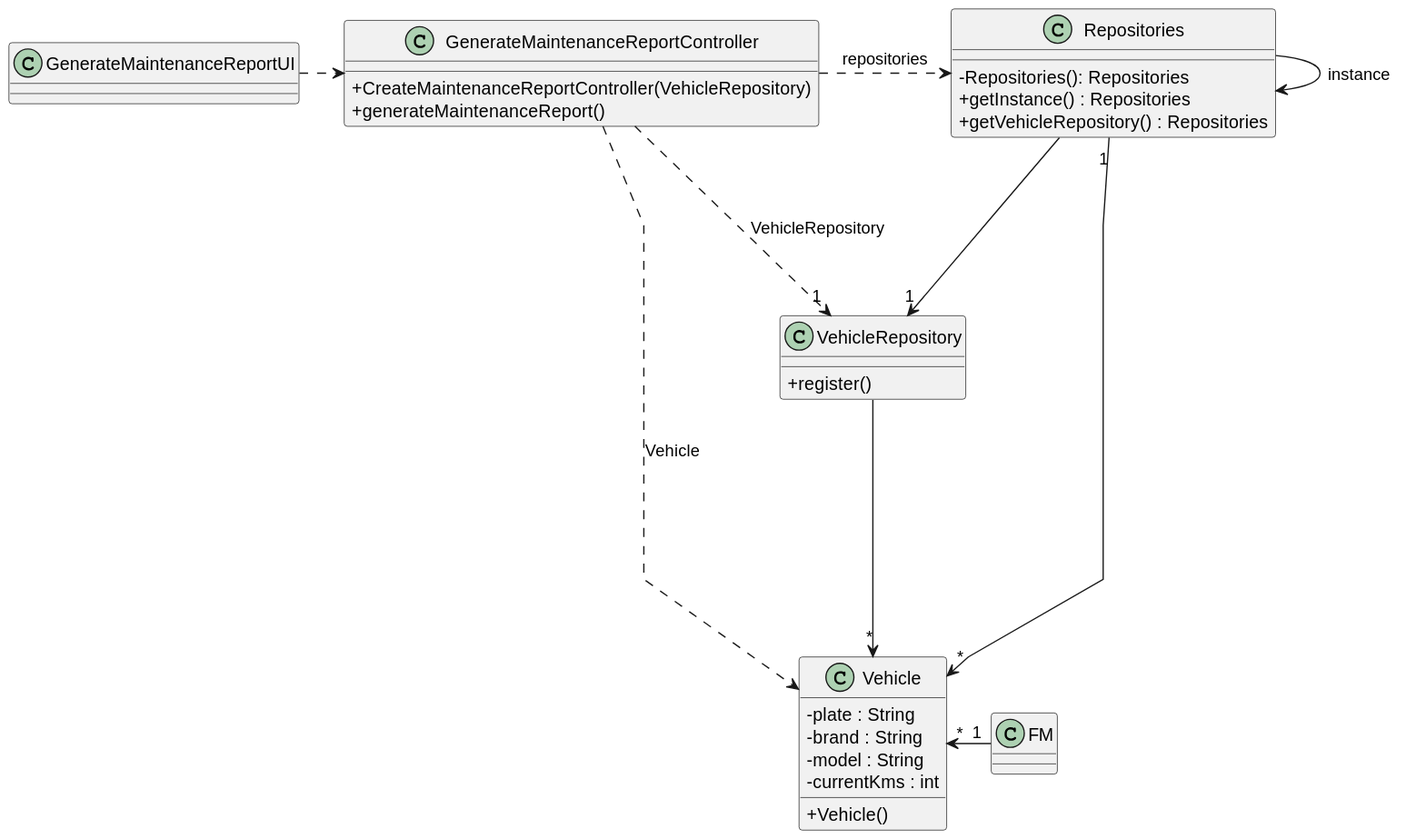
Earlier version of the PlantUML export docs/sprintB/us008/03.design/svg/us008-class-diagram.svg (Departamento-de-Engenharia-Informatica/lei-24-s2-1dkl-g134). The source it was exported from:
```plantuml
@startuml
skinparam packageStyle rectangle
skinparam shadowing false
skinparam linetype polyline

skinparam classAttributeIconSize 0


class GenerateMaintenanceReportUI{
}


class GenerateMaintenanceReportController{
   +CreateMaintenanceReportController(VehicleRepository)
     +generateMaintenanceReport()
 }

class Repositories {
    - Repositories(): Repositories
    + getInstance() : Repositories
    + getVehicleRepository() : Repositories
}


class VehicleRepository {
    + register()

}

class  Vehicle{
   -plate : String
       -brand : String
       -model : String
       -currentKms : int
       +Vehicle()
}

class FM{
}
GenerateMaintenanceReportUI .>  GenerateMaintenanceReportController
 GenerateMaintenanceReportController ...r> Repositories : repositories
Repositories ---> "1" VehicleRepository
Repositories -> Repositories : instance
Repositories "1" --> "*" Vehicle

VehicleRepository --> "*" Vehicle
FM "1" -l-> "*" Vehicle
 GenerateMaintenanceReportController ......>  Vehicle : Vehicle
 GenerateMaintenanceReportController ...> "1" VehicleRepository : VehicleRepository
@enduml
```
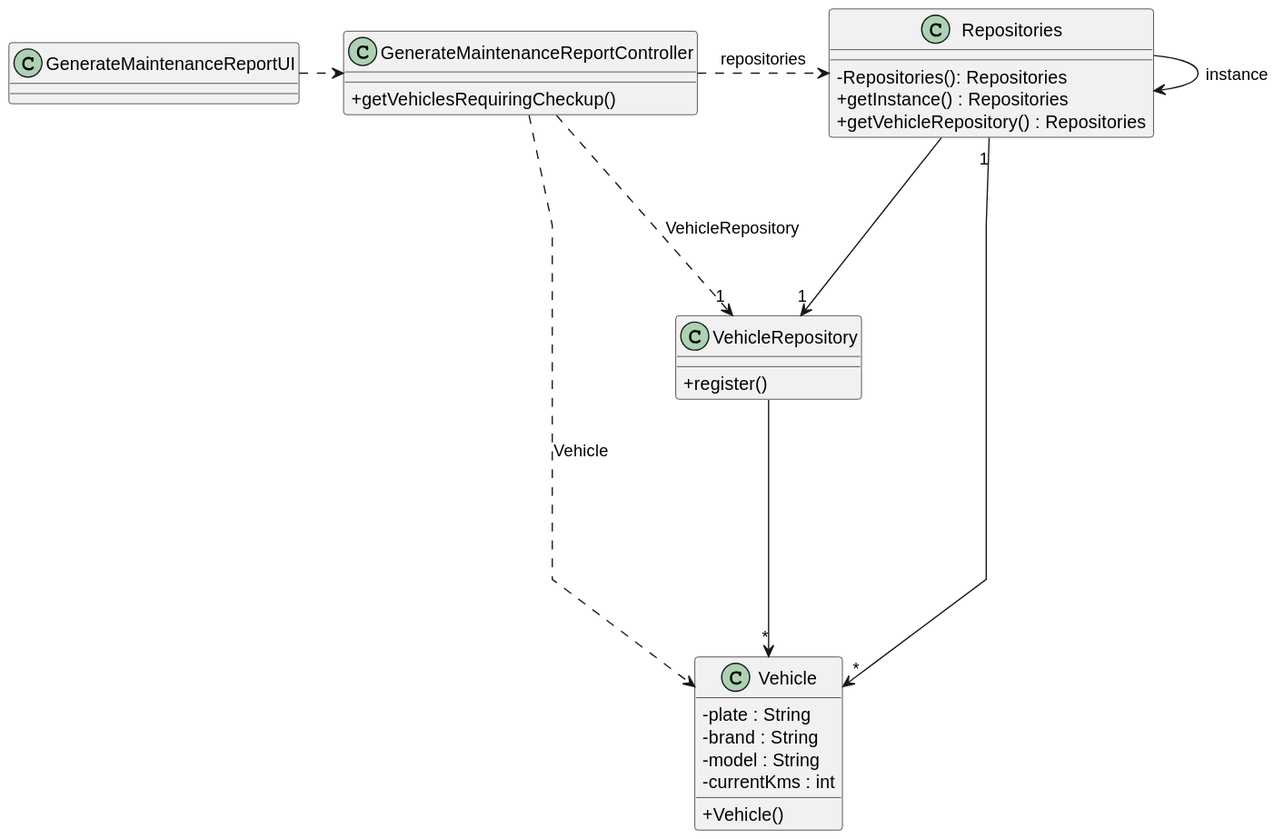
After the change.

What changed in the source:
```diff
@@ -11,8 +11,10 @@
 
 
 class GenerateMaintenanceReportController{
-   +CreateMaintenanceReportController(VehicleRepository)
-     +generateMaintenanceReport()
+
+
+
+    +getVehiclesRequiringCheckup()
  }
 
 class Repositories {
@@ -35,8 +37,7 @@
        +Vehicle()
 }
 
-class FM{
-}
+
 GenerateMaintenanceReportUI .>  GenerateMaintenanceReportController
  GenerateMaintenanceReportController ...r> Repositories : repositories
 Repositories ---> "1" VehicleRepository
@@ -44,7 +45,7 @@
 Repositories "1" --> "*" Vehicle
 
 VehicleRepository --> "*" Vehicle
-FM "1" -l-> "*" Vehicle
+
  GenerateMaintenanceReportController ......>  Vehicle : Vehicle
  GenerateMaintenanceReportController ...> "1" VehicleRepository : VehicleRepository
 @enduml
```
